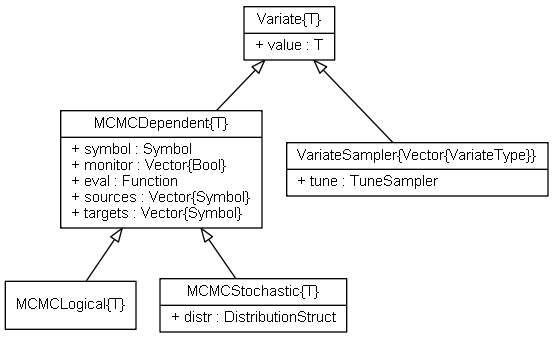
Above: doc/images/variateUML.png in brian-j-smith/Mamba.jl (Graphviz), before the change. Its source is kept beside it as doc/images/variateUML.dot.
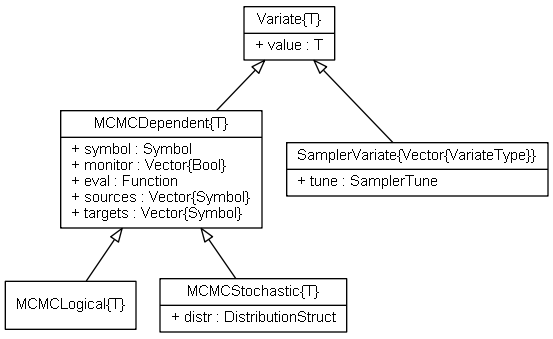
The same diagram one commit later.

Commit message:
Updated to reflect renaming of 'Variate/Tune' sampler types.

The edit, as a diff of the source:
```diff
@@ -14,11 +14,11 @@
 
 	MCMCStochastic [label = "{MCMCStochastic\{T\}|+ distr : DistributionStruct\l}"]
 
-	VariateSampler [label = "{VariateSampler\{Vector\{VariateType\}\}|+ tune : TuneSampler\l}"]
+	SamplerVariate [label = "{SamplerVariate\{Vector\{VariateType\}\}|+ tune : SamplerTune\l}"]
 
 	Variate -> MCMCDependent
 	MCMCDependent -> MCMCLogical
 	MCMCDependent -> MCMCStochastic
-	Variate -> VariateSampler
+	Variate -> SamplerVariate
 
 }
```
